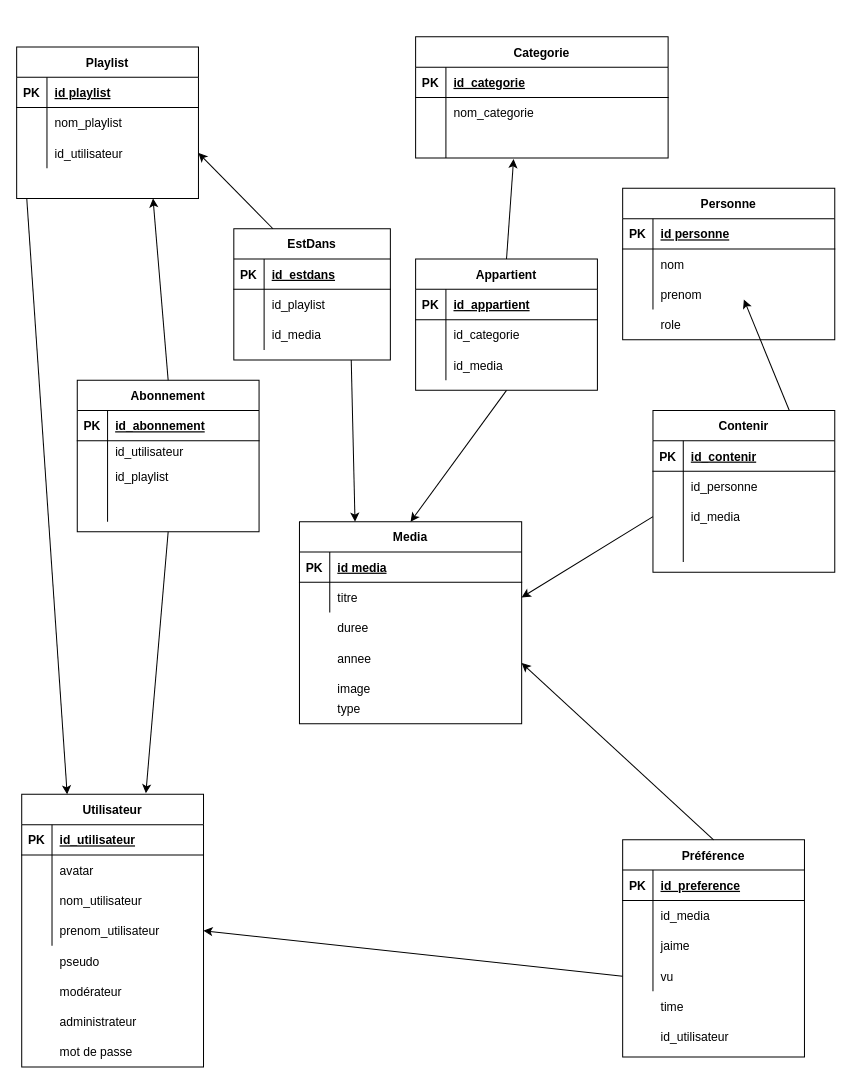
johanneclc/CDAW_2022 keeps this draw.io diagram as page "MLD" (2 of 2) of public/MCD.drawio. Above is the earlier version. Source tidied: cells renumbered, new cells numbered last; positions are measured from the earlier drawing's top-left corner, leaving out a move shared by most shapes. Both pictures are drawn from the tidied source at 101%, with x=0, y=0 at pixel (16, 36).
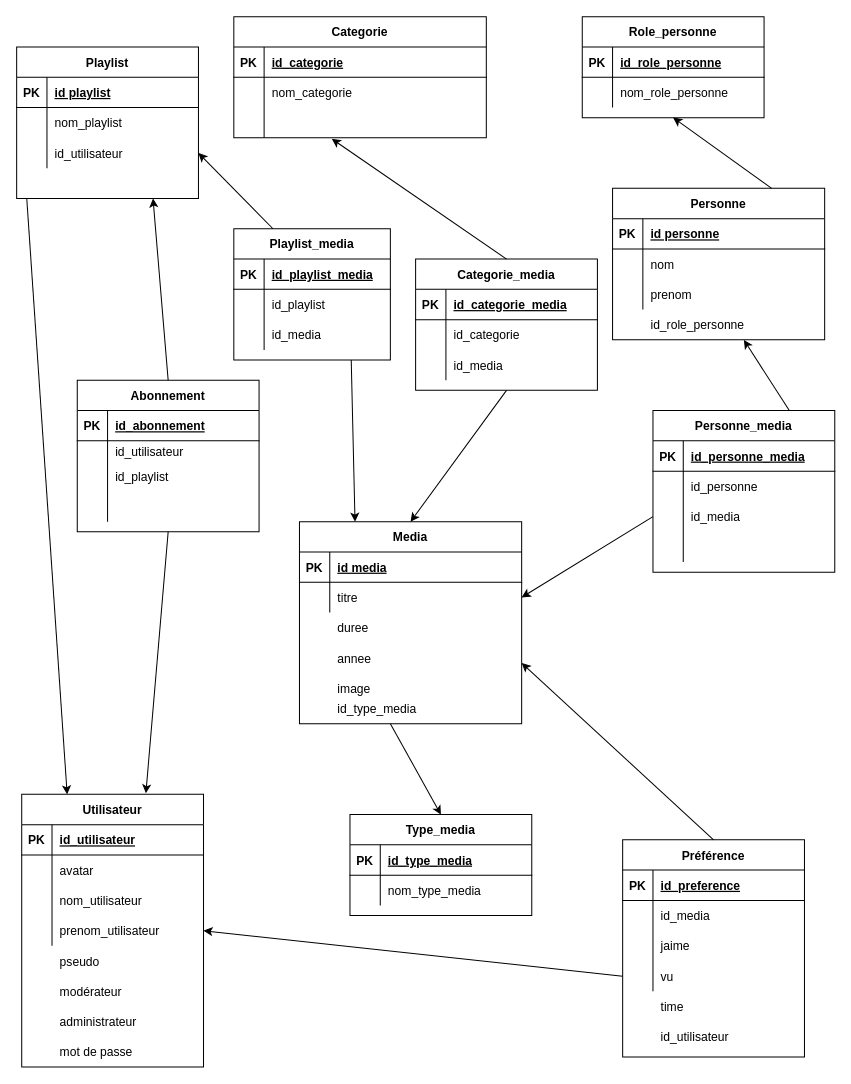
After the change.

Unchanged cells that the change refers to:
```xml
<mxCell id="81" style="shape=partialRectangle;fillColor=none;top=0;left=0;bottom=1;right=0;" parent="80" vertex="1">
  <mxGeometry y="30" width="180" height="30" as="geometry" />
</mxCell>
<mxCell id="112" style="shape=partialRectangle;fillColor=none;top=0;left=0;bottom=1;right=0;" parent="111" vertex="1">
  <mxGeometry y="30" width="180" height="30" as="geometry" />
</mxCell>
<mxCell id="124" style="shape=partialRectangle;fillColor=none;top=0;left=0;bottom=1;right=0;" parent="123" vertex="1">
  <mxGeometry y="30" width="155" height="30" as="geometry" />
</mxCell>
```

Diff of the diagram source:
```diff
@@
     <mxCell id="2" value="Categorie" style="shape=table;startSize=30;childLayout=tableLayout;rowLines=0;fontStyle=1;align=center;" parent="1" vertex="1">
-      <mxGeometry x="395" width="250" height="120" as="geometry" />
+      <mxGeometry x="215" y="-20" width="250" height="120" as="geometry" />
     </mxCell>
@@
     <mxCell id="12" value="Personne" style="shape=table;startSize=30;childLayout=tableLayout;rowLines=0;fontStyle=1;align=center;" parent="1" vertex="1">
-      <mxGeometry x="600" y="150" width="210" height="150" as="geometry" />
+      <mxGeometry x="590" y="150" width="210" height="150" as="geometry" />
     </mxCell>
@@
-    <mxCell id="29" value="type" style="shape=partialRectangle;overflow=hidden;fillColor=none;top=0;left=0;bottom=0;right=0;align=left;spacingLeft=6;" parent="1" vertex="1">
+    <mxCell id="29" value="id_type_media" style="shape=partialRectangle;overflow=hidden;fillColor=none;top=0;left=0;bottom=0;right=0;align=left;spacingLeft=6;" parent="1" vertex="1">
       <mxGeometry x="310" y="650" width="220" height="30" as="geometry" />
     </mxCell>
@@
-    <mxCell id="80" value="Contenir" style="shape=table;startSize=30;childLayout=tableLayout;rowLines=0;fontStyle=1;align=center;" parent="1" vertex="1">
+    <mxCell id="80" value="Personne_media" style="shape=table;startSize=30;childLayout=tableLayout;rowLines=0;fontStyle=1;align=center;" parent="1" vertex="1">
       <mxGeometry x="630" y="370" width="180" height="160" as="geometry" />
     </mxCell>
@@
-    <mxCell id="83" value="id_contenir" style="shape=partialRectangle;fillColor=none;top=0;left=0;bottom=0;right=0;align=left;spacingLeft=6;fontStyle=5;overflow=hidden;" parent="81" vertex="1">
+    <mxCell id="83" value="id_personne_media" style="shape=partialRectangle;fillColor=none;top=0;left=0;bottom=0;right=0;align=left;spacingLeft=6;fontStyle=5;overflow=hidden;" parent="81" vertex="1">
       <mxGeometry x="30" width="150" height="30" as="geometry" />
     </mxCell>
@@
     <mxCell id="93" style="endArrow=classic;html=1;rounded=0;exitX=0.75;exitY=0;exitDx=0;exitDy=0;" parent="1" edge="1" source="80">
       <mxGeometry relative="1" as="geometry">
-        <mxPoint x="720" y="260" as="targetPoint" />
+        <mxPoint x="720" y="300" as="targetPoint" />
       </mxGeometry>
     </mxCell>
@@
-    <mxCell id="95" value="role" style="shape=partialRectangle;overflow=hidden;fillColor=none;top=0;left=0;bottom=0;right=0;align=left;spacingLeft=6;" parent="1" vertex="1">
-      <mxGeometry x="630" y="270" width="180" height="30" as="geometry" />
+    <mxCell id="95" value="id_role_personne" style="shape=partialRectangle;overflow=hidden;fillColor=none;top=0;left=0;bottom=0;right=0;align=left;spacingLeft=6;" parent="1" vertex="1">
+      <mxGeometry x="620" y="270" width="180" height="30" as="geometry" />
     </mxCell>
@@
-    <mxCell id="111" value="Appartient" style="shape=table;startSize=30;childLayout=tableLayout;rowLines=0;fontStyle=1;align=center;" parent="1" vertex="1">
+    <mxCell id="111" value="Categorie_media" style="shape=table;startSize=30;childLayout=tableLayout;rowLines=0;fontStyle=1;align=center;" parent="1" vertex="1">
       <mxGeometry x="395" y="220" width="180" height="130" as="geometry" />
     </mxCell>
@@
-    <mxCell id="114" value="id_appartient" style="shape=partialRectangle;fillColor=none;top=0;left=0;bottom=0;right=0;align=left;spacingLeft=6;fontStyle=5;overflow=hidden;" parent="112" vertex="1">
+    <mxCell id="114" value="id_categorie_media" style="shape=partialRectangle;fillColor=none;top=0;left=0;bottom=0;right=0;align=left;spacingLeft=6;fontStyle=5;overflow=hidden;" parent="112" vertex="1">
       <mxGeometry x="30" width="150" height="30" as="geometry" />
     </mxCell>
@@
-    <mxCell id="123" value="EstDans" style="shape=table;startSize=30;childLayout=tableLayout;rowLines=0;fontStyle=1;align=center;" parent="1" vertex="1">
+    <mxCell id="123" value="Playlist_media" style="shape=table;startSize=30;childLayout=tableLayout;rowLines=0;fontStyle=1;align=center;" parent="1" vertex="1">
       <mxGeometry x="215" y="190" width="155" height="130" as="geometry" />
     </mxCell>
@@
-    <mxCell id="126" value="id_estdans" style="shape=partialRectangle;fillColor=none;top=0;left=0;bottom=0;right=0;align=left;spacingLeft=6;fontStyle=5;overflow=hidden;" parent="124" vertex="1">
+    <mxCell id="126" value="id_playlist_media" style="shape=partialRectangle;fillColor=none;top=0;left=0;bottom=0;right=0;align=left;spacingLeft=6;fontStyle=5;overflow=hidden;" parent="124" vertex="1">
       <mxGeometry x="30" width="125" height="30" as="geometry" />
     </mxCell>
@@
+    <mxCell id="135" value="Role_personne" style="shape=table;startSize=30;childLayout=tableLayout;rowLines=0;fontStyle=1;align=center;" parent="1" vertex="1">
+      <mxGeometry x="560" y="-20" width="180" height="100" as="geometry" />
+    </mxCell>
+    <mxCell id="136" style="shape=partialRectangle;fillColor=none;top=0;left=0;bottom=1;right=0;" parent="135" vertex="1">
+      <mxGeometry y="30" width="180" height="30" as="geometry" />
+    </mxCell>
+    <mxCell id="137" value="PK" style="shape=partialRectangle;fillColor=none;top=0;left=0;bottom=0;right=0;fontStyle=1;overflow=hidden;" parent="136" vertex="1">
+      <mxGeometry width="30" height="30" as="geometry" />
+    </mxCell>
+    <mxCell id="138" value="id_role_personne" style="shape=partialRectangle;fillColor=none;top=0;left=0;bottom=0;right=0;align=left;spacingLeft=6;fontStyle=5;overflow=hidden;" parent="136" vertex="1">
+      <mxGeometry x="30" width="150" height="30" as="geometry" />
+    </mxCell>
+    <mxCell id="139" style="shape=partialRectangle;fillColor=none;top=0;left=0;bottom=0;right=0;" parent="135" vertex="1">
+      <mxGeometry y="60" width="180" height="30" as="geometry" />
+    </mxCell>
+    <mxCell id="140" style="shape=partialRectangle;fillColor=none;top=0;left=0;bottom=0;right=0;overflow=hidden;" parent="139" vertex="1">
+      <mxGeometry width="30" height="30" as="geometry" />
+    </mxCell>
+    <mxCell id="141" value="nom_role_personne" style="shape=partialRectangle;fillColor=none;top=0;left=0;bottom=0;right=0;align=left;spacingLeft=6;overflow=hidden;" parent="139" vertex="1">
+      <mxGeometry x="30" width="150" height="30" as="geometry" />
+    </mxCell>
+    <mxCell id="142" style="endArrow=classic;html=1;rounded=0;entryX=0.5;entryY=1;entryDx=0;entryDy=0;exitX=0.75;exitY=0;exitDx=0;exitDy=0;" parent="1" edge="1" source="12" target="135">
+      <mxGeometry relative="1" as="geometry" />
+    </mxCell>
+    <mxCell id="143" value="Type_media" style="shape=table;startSize=30;childLayout=tableLayout;rowLines=0;fontStyle=1;align=center;" parent="1" vertex="1">
+      <mxGeometry x="330" y="770" width="180" height="100" as="geometry" />
+    </mxCell>
+    <mxCell id="144" style="shape=partialRectangle;fillColor=none;top=0;left=0;bottom=1;right=0;" parent="143" vertex="1">
+      <mxGeometry y="30" width="180" height="30" as="geometry" />
+    </mxCell>
+    <mxCell id="145" value="PK" style="shape=partialRectangle;fillColor=none;top=0;left=0;bottom=0;right=0;fontStyle=1;overflow=hidden;" parent="144" vertex="1">
+      <mxGeometry width="30" height="30" as="geometry" />
+    </mxCell>
+    <mxCell id="146" value="id_type_media" style="shape=partialRectangle;fillColor=none;top=0;left=0;bottom=0;right=0;align=left;spacingLeft=6;fontStyle=5;overflow=hidden;" parent="144" vertex="1">
+      <mxGeometry x="30" width="150" height="30" as="geometry" />
+    </mxCell>
+    <mxCell id="147" style="shape=partialRectangle;fillColor=none;top=0;left=0;bottom=0;right=0;" parent="143" vertex="1">
+      <mxGeometry y="60" width="180" height="30" as="geometry" />
+    </mxCell>
+    <mxCell id="148" style="shape=partialRectangle;fillColor=none;top=0;left=0;bottom=0;right=0;overflow=hidden;" parent="147" vertex="1">
+      <mxGeometry width="30" height="30" as="geometry" />
+    </mxCell>
+    <mxCell id="149" value="nom_type_media" style="shape=partialRectangle;fillColor=none;top=0;left=0;bottom=0;right=0;align=left;spacingLeft=6;overflow=hidden;" parent="147" vertex="1">
+      <mxGeometry x="30" width="150" height="30" as="geometry" />
+    </mxCell>
+    <mxCell id="150" style="endArrow=classic;html=1;rounded=0;entryX=0.5;entryY=0;entryDx=0;entryDy=0;" parent="1" edge="1" target="143">
+      <mxGeometry relative="1" as="geometry">
+        <mxPoint x="370" y="680" as="sourcePoint" />
+      </mxGeometry>
+    </mxCell>
```
